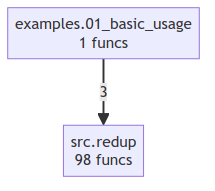
The Mermaid diagram project/compact_flow.png in semcod/redup, before a commit. Its source is kept beside it as project/compact_flow.mmd.
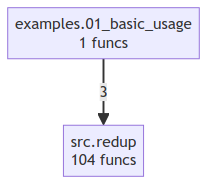
After the commit.

The edit, as a diff of the source:
```diff
@@ -1,4 +1,4 @@
 flowchart TD
     examples_01_basic_usage["examples.01_basic_usage<br/>1 funcs"]
-    src_redup["src.redup<br/>98 funcs"]
+    src_redup["src.redup<br/>104 funcs"]
     examples_01_basic_usage -->|3| src_redup
```
